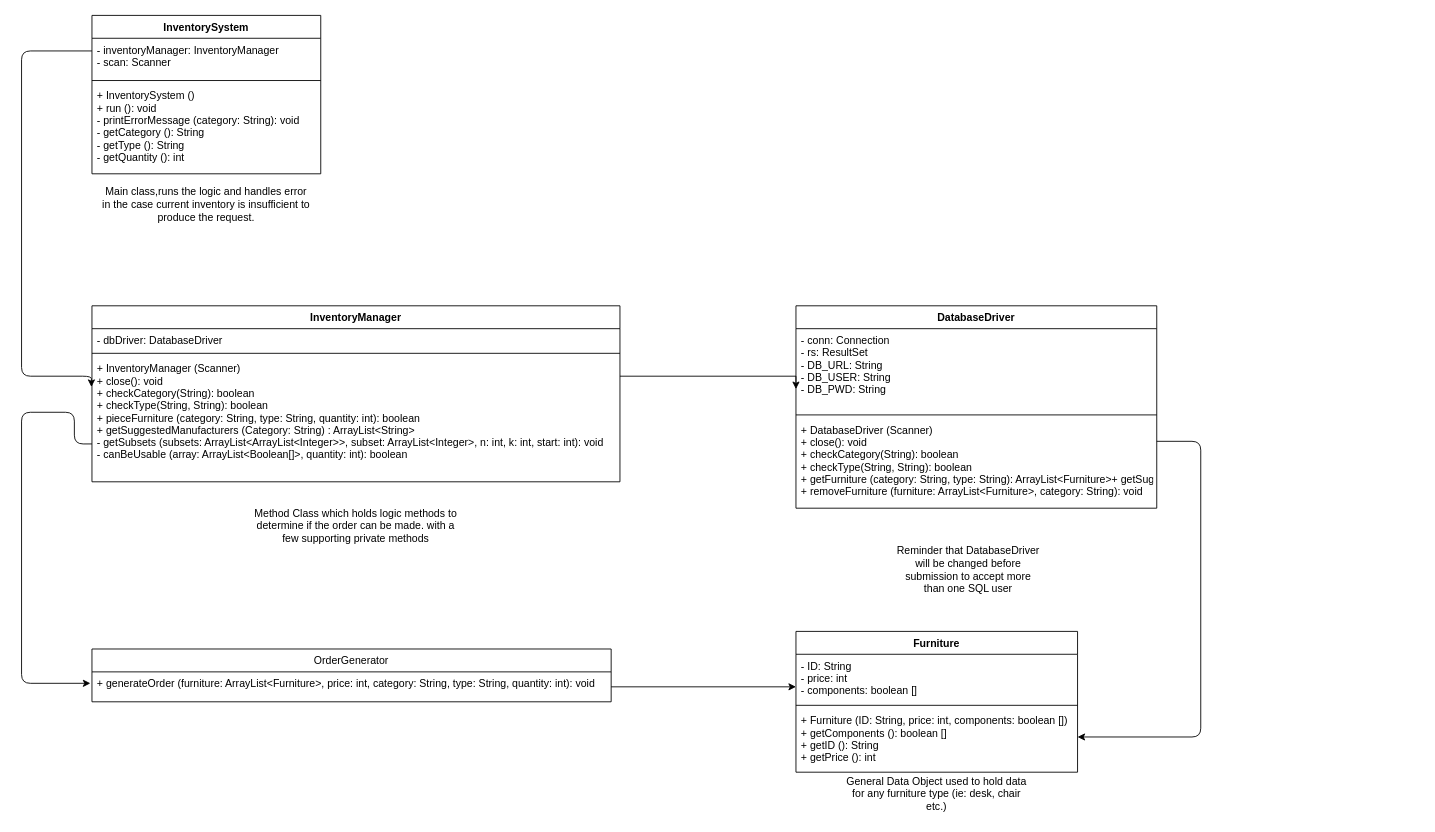
This is Untitled Diagram.drawio from mtagg/409ProjectG16, a draw.io file, before an edit. Source tidied: cells renumbered, new cells numbered last; positions are measured from the earlier drawing's top-left corner, leaving out a move shared by most shapes. Both pictures are drawn from the tidied source at 88%, with x=0, y=0 at pixel (21, 15).
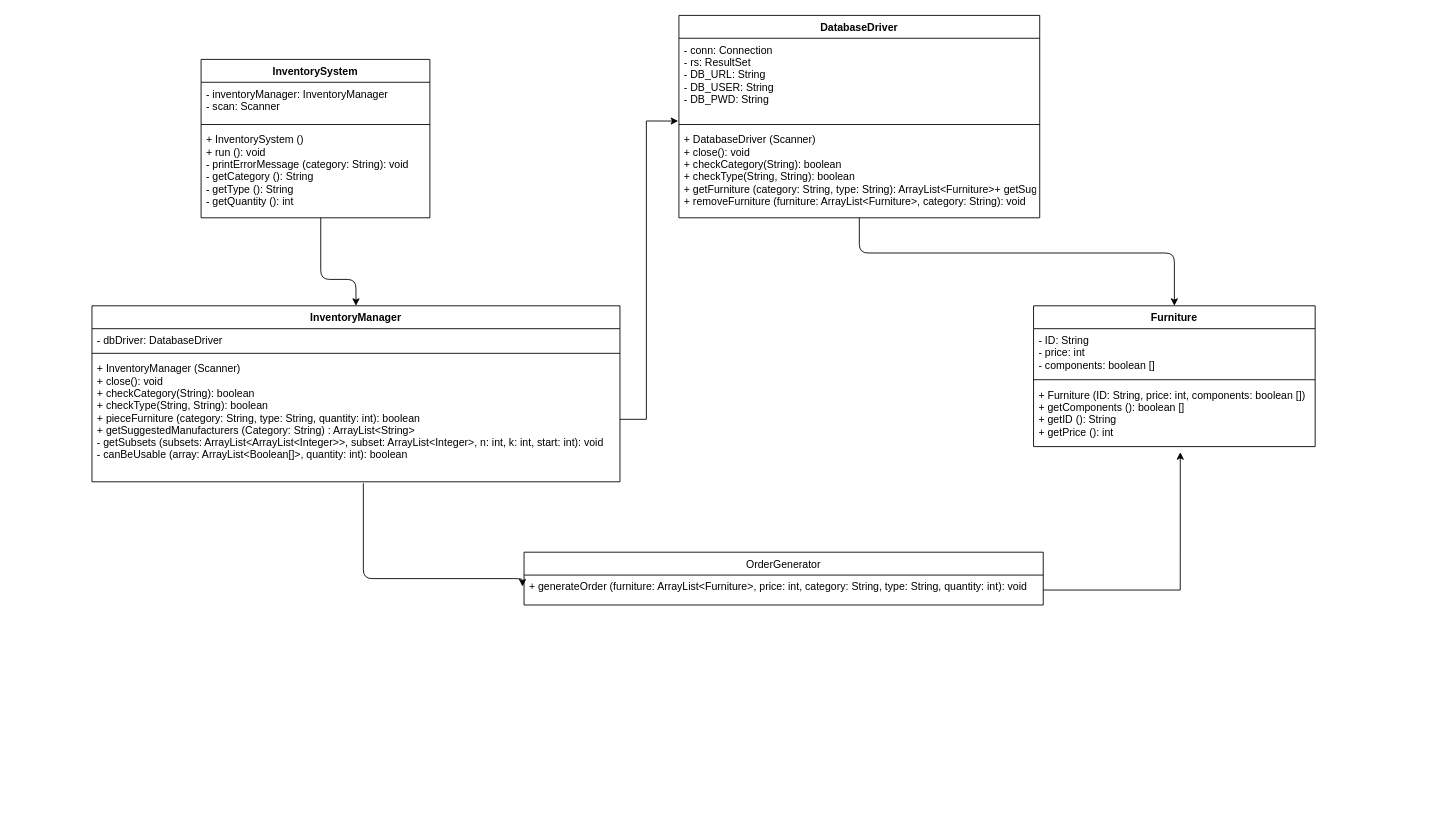
Above is the later version.

The change refers to these unchanged cells:
```xml
<mxCell id="3" value="- ID: String&#10;- price: int&#10;- components: boolean []&#10;" style="text;strokeColor=none;fillColor=none;align=left;verticalAlign=top;spacingLeft=4;spacingRight=4;overflow=hidden;points=[[0,0.5],[1,0.5]];portConstraint=eastwest;" parent="2" vertex="1">
  <mxGeometry y="26" width="320" height="54" as="geometry" />
</mxCell>
<mxCell id="5" value="+ Furniture (ID: String, price: int, components: boolean [])&#10;+ getComponents (): boolean []&#10;+ getID (): String&#10;+ getPrice (): int&#10;&#10;" style="text;strokeColor=none;fillColor=none;align=left;verticalAlign=top;spacingLeft=4;spacingRight=4;overflow=hidden;points=[[0,0.5],[1,0.5]];portConstraint=eastwest;" parent="2" vertex="1">
  <mxGeometry y="88" width="320" height="72" as="geometry" />
</mxCell>
<mxCell id="7" value="- conn: Connection&#10;- rs: ResultSet&#10; - DB_URL: String&#10;- DB_USER: String&#10;- DB_PWD: String&#10;&#10;&#10;" style="text;strokeColor=none;fillColor=none;align=left;verticalAlign=top;spacingLeft=4;spacingRight=4;overflow=hidden;points=[[0,0.5],[1,0.5]];portConstraint=eastwest;fontStyle=0;" parent="6" vertex="1">
  <mxGeometry y="26" width="410" height="94" as="geometry" />
</mxCell>
<mxCell id="9" value="+ DatabaseDriver (Scanner)&#10;+ close(): void&#10;+ checkCategory(String): boolean&#10;+ checkType(String, String): boolean&#10;+ getFurniture (category: String, type: String): ArrayList&lt;Furniture&gt;+ getSuggestedManufactures (category: String): ArrayList&lt;String&gt;&#10;+ removeFurniture (furniture: ArrayList&lt;Furniture&gt;, category: String): void&#10;" style="text;strokeColor=none;fillColor=none;align=left;verticalAlign=top;spacingLeft=4;spacingRight=4;overflow=hidden;points=[[0,0.5],[1,0.5]];portConstraint=eastwest;" parent="6" vertex="1">
  <mxGeometry y="128" width="410" height="102" as="geometry" />
</mxCell>
<mxCell id="13" value="+ generateOrder (furniture: ArrayList&lt;Furniture&gt;, price: int, category: String, type: String, quantity: int): void" style="text;strokeColor=none;fillColor=none;align=left;verticalAlign=top;spacingLeft=4;spacingRight=4;overflow=hidden;points=[[0,0.5],[1,0.5]];portConstraint=eastwest;" parent="12" vertex="1">
  <mxGeometry y="26" width="590" height="34" as="geometry" />
</mxCell>
<mxCell id="15" value="- inventoryManager: InventoryManager&#10;- scan: Scanner&#10;" style="text;strokeColor=none;fillColor=none;align=left;verticalAlign=top;spacingLeft=4;spacingRight=4;overflow=hidden;points=[[0,0.5],[1,0.5]];portConstraint=eastwest;" parent="14" vertex="1">
  <mxGeometry y="26" width="260" height="44" as="geometry" />
</mxCell>
<mxCell id="17" value="+ InventorySystem ()&#10;+ run (): void&#10;- printErrorMessage (category: String): void&#10;- getCategory (): String&#10;- getType (): String&#10;- getQuantity (): int&#10;" style="text;strokeColor=none;fillColor=none;align=left;verticalAlign=top;spacingLeft=4;spacingRight=4;overflow=hidden;points=[[0,0.5],[1,0.5]];portConstraint=eastwest;" parent="14" vertex="1">
  <mxGeometry y="78" width="260" height="102" as="geometry" />
</mxCell>
<mxCell id="19" value="InventoryManager" style="swimlane;fontStyle=1;align=center;verticalAlign=top;horizontal=1;startSize=26;" parent="1" vertex="1">
  <mxGeometry x="80" y="330" width="600" height="200" as="geometry" />
</mxCell>
<mxCell id="22" value="+ InventoryManager (Scanner)&#10;+ close(): void&#10;+ checkCategory(String): boolean&#10;+ checkType(String, String): boolean&#10;+ pieceFurniture (category: String, type: String, quantity: int): boolean&#10;+ getSuggestedManufacturers (Category: String) : ArrayList&lt;String&gt;&#10;- getSubsets (subsets: ArrayList&lt;ArrayList&lt;Integer&gt;&gt;, subset: ArrayList&lt;Integer&gt;, n: int, k: int, start: int): void&#10;- canBeUsable (array: ArrayList&lt;Boolean[]&gt;, quantity: int): boolean&#10;&#10;&#10;" style="text;strokeColor=none;fillColor=none;align=left;verticalAlign=top;spacingLeft=4;spacingRight=4;overflow=hidden;points=[[0,0.5],[1,0.5]];portConstraint=eastwest;" parent="19" vertex="1">
  <mxGeometry y="58" width="600" height="142" as="geometry" />
</mxCell>
```

What changed in the source:
```diff
@@
     <mxCell id="2" value="Furniture" style="swimlane;fontStyle=1;align=center;verticalAlign=top;horizontal=1;startSize=26;" parent="1" vertex="1">
-      <mxGeometry x="880" y="700" width="320" height="160" as="geometry" />
+      <mxGeometry x="1150" y="330" width="320" height="160" as="geometry" />
     </mxCell>
@@
     <mxCell id="6" value="DatabaseDriver" style="swimlane;fontStyle=1;align=center;verticalAlign=top;horizontal=1;startSize=26;" parent="1" vertex="1">
-      <mxGeometry x="880" y="330" width="410" height="230" as="geometry" />
+      <mxGeometry x="747" width="410" height="230" as="geometry" />
     </mxCell>
@@
-    <mxCell id="10" value="Reminder that DatabaseDriver will be changed before submission to accept more than one SQL user" style="text;html=1;strokeColor=none;fillColor=none;align=center;verticalAlign=middle;whiteSpace=wrap;rounded=0;" parent="1" vertex="1">
-      <mxGeometry x="991" y="590" width="170" height="80" as="geometry" />
-    </mxCell>
-    <mxCell id="11" value="General Data Object used to hold data for any furniture type (ie: desk, chair etc.)" style="text;html=1;strokeColor=none;fillColor=none;align=center;verticalAlign=middle;whiteSpace=wrap;rounded=0;" parent="1" vertex="1">
-      <mxGeometry x="930" y="860" width="220" height="50" as="geometry" />
-    </mxCell>
     <mxCell id="12" value="OrderGenerator" style="swimlane;fontStyle=0;horizontal=1;startSize=26;fillColor=none;" parent="1" vertex="1">
-      <mxGeometry x="80" y="720" width="590" height="60" as="geometry" />
+      <mxGeometry x="571" y="610" width="590" height="60" as="geometry" />
     </mxCell>
@@
     <mxCell id="14" value="InventorySystem" style="swimlane;fontStyle=1;align=center;verticalAlign=top;horizontal=1;startSize=26;" parent="1" vertex="1">
-      <mxGeometry x="80" width="260" height="180" as="geometry" />
+      <mxGeometry x="204" y="50" width="260" height="180" as="geometry" />
     </mxCell>
@@
-    <mxCell id="18" value="Main class,runs the logic and handles error in the case current inventory is insufficient to produce the request." style="text;html=1;strokeColor=none;fillColor=none;align=center;verticalAlign=middle;whiteSpace=wrap;rounded=0;" parent="1" vertex="1">
-      <mxGeometry x="90" y="180" width="240" height="70" as="geometry" />
-    </mxCell>
@@
-    <mxCell id="23" value="Method Class which holds logic methods to determine if the order can be made. with a few supporting private methods" style="text;html=1;strokeColor=none;fillColor=none;align=center;verticalAlign=middle;whiteSpace=wrap;rounded=0;" parent="1" vertex="1">
-      <mxGeometry x="260" y="550" width="240" height="60" as="geometry" />
-    </mxCell>
-    <mxCell id="24" style="edgeStyle=orthogonalEdgeStyle;rounded=1;jettySize=auto;html=1;exitX=0;exitY=0.327;exitDx=0;exitDy=0;exitPerimeter=0;entryX=-0.001;entryY=0.241;entryDx=0;entryDy=0;entryPerimeter=0;" parent="1" edge="1" source="15" target="22">
+    <mxCell id="24" style="edgeStyle=orthogonalEdgeStyle;rounded=1;jettySize=auto;html=1;entryX=0.5;entryY=0;entryDx=0;entryDy=0;" parent="1" edge="1" source="17" target="19">
       <mxGeometry relative="1" as="geometry">
         <Array as="points">
-          <mxPoint y="40" />
-          <mxPoint y="410" />
+          <mxPoint x="340" y="300" />
+          <mxPoint x="380" y="300" />
         </Array>
       </mxGeometry>
     </mxCell>
-    <mxCell id="25" style="edgeStyle=orthogonalEdgeStyle;rounded=0;jettySize=auto;html=1;entryX=0;entryY=0.685;entryDx=0;entryDy=0;entryPerimeter=0;" parent="1" edge="1" source="13" target="3">
-      <mxGeometry relative="1" as="geometry" />
+    <mxCell id="25" style="edgeStyle=orthogonalEdgeStyle;rounded=0;jettySize=auto;html=1;entryX=0.521;entryY=1.088;entryDx=0;entryDy=0;entryPerimeter=0;" parent="1" edge="1" source="13" target="5">
+      <mxGeometry relative="1" as="geometry">
+        <Array as="points">
+          <mxPoint x="1317" y="653" />
+        </Array>
+      </mxGeometry>
     </mxCell>
-    <mxCell id="26" style="edgeStyle=orthogonalEdgeStyle;rounded=0;jettySize=auto;html=1;entryX=0;entryY=0.73;entryDx=0;entryDy=0;entryPerimeter=0;" parent="1" edge="1" source="22" target="7">
+    <mxCell id="26" style="edgeStyle=orthogonalEdgeStyle;rounded=0;jettySize=auto;html=1;entryX=-0.002;entryY=-0.078;entryDx=0;entryDy=0;entryPerimeter=0;" parent="1" edge="1" source="22" target="9">
       <mxGeometry relative="1" as="geometry">
         <Array as="points">
-          <mxPoint x="630" y="410" />
-          <mxPoint x="630" y="410" />
+          <mxPoint x="710" y="459" />
+          <mxPoint x="710" y="120" />
         </Array>
       </mxGeometry>
     </mxCell>
-    <mxCell id="27" style="edgeStyle=orthogonalEdgeStyle;jettySize=auto;html=1;entryX=1;entryY=0.444;entryDx=0;entryDy=0;entryPerimeter=0;rounded=1;" parent="1" edge="1" source="9" target="5">
+    <mxCell id="27" style="edgeStyle=orthogonalEdgeStyle;jettySize=auto;html=1;entryX=0.5;entryY=0;entryDx=0;entryDy=0;rounded=1;" parent="1" edge="1" source="9" target="2">
       <mxGeometry relative="1" as="geometry">
         <Array as="points">
-          <mxPoint x="1340" y="484" />
-          <mxPoint x="1340" y="820" />
+          <mxPoint x="952" y="270" />
+          <mxPoint x="1310" y="270" />
         </Array>
       </mxGeometry>
     </mxCell>
-    <mxCell id="28" style="edgeStyle=orthogonalEdgeStyle;rounded=1;jettySize=auto;html=1;entryX=-0.003;entryY=0.382;entryDx=0;entryDy=0;entryPerimeter=0;exitX=0;exitY=0.697;exitDx=0;exitDy=0;exitPerimeter=0;" parent="1" edge="1" source="22" target="13">
+    <mxCell id="28" style="edgeStyle=orthogonalEdgeStyle;rounded=1;jettySize=auto;html=1;entryX=-0.003;entryY=0.382;entryDx=0;entryDy=0;entryPerimeter=0;exitX=0.514;exitY=1.012;exitDx=0;exitDy=0;exitPerimeter=0;" parent="1" edge="1" source="22" target="13">
       <mxGeometry relative="1" as="geometry">
         <Array as="points">
-          <mxPoint x="60" y="451" />
-          <mxPoint y="451" />
-          <mxPoint y="759" />
+          <mxPoint x="388" y="640" />
+          <mxPoint x="569" y="640" />
         </Array>
       </mxGeometry>
     </mxCell>
```
